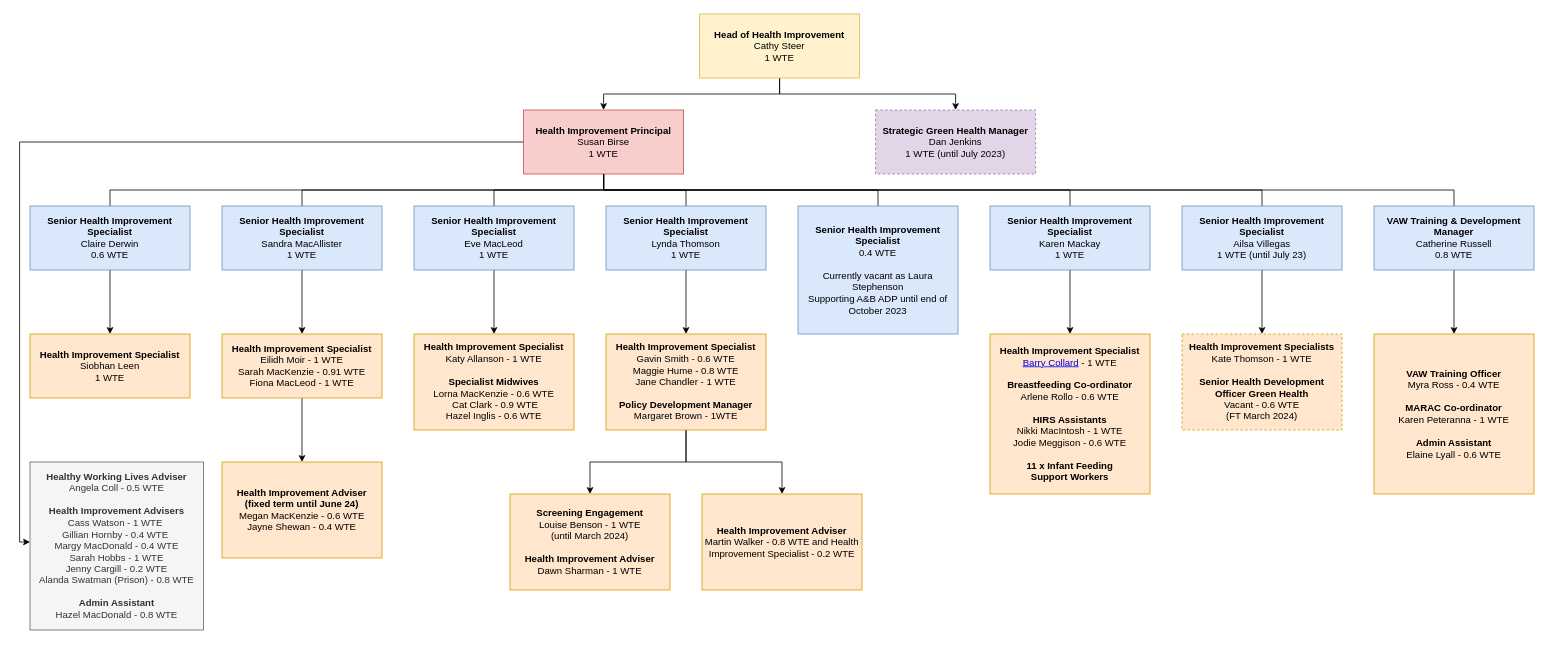
Before: Untitled Diagram.drawio in barrycollard/staffOrgChart, a draw.io diagram. Source tidied: cells renumbered, new cells numbered last; positions are measured from the earlier drawing's top-left corner, leaving out a move shared by most shapes. Both pictures are drawn from the tidied source at 80%, with x=0, y=0 at pixel (19, 14).
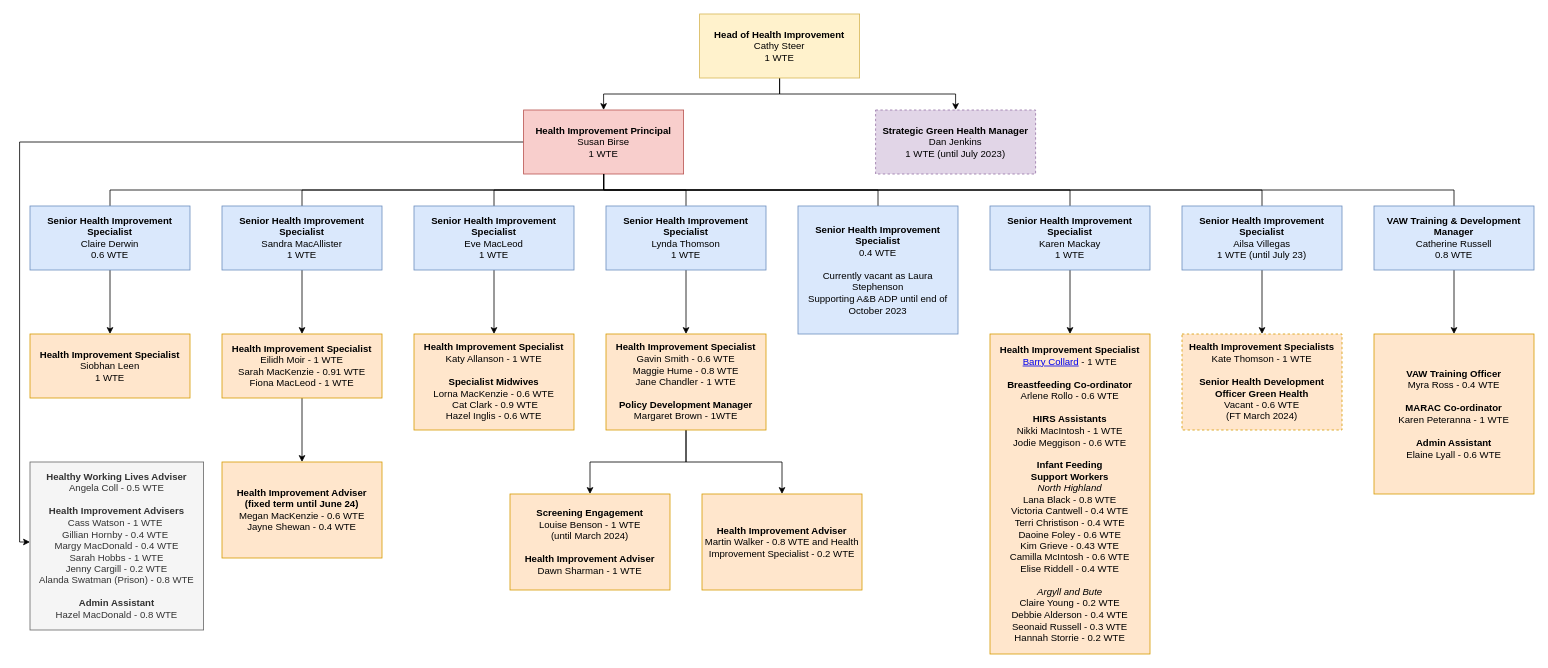
The same diagram, later.

Diff of the diagram source:
```diff
@@
-    <mxCell id="33" value="&lt;div&gt;&lt;b&gt;Health Improvement Specialist&lt;/b&gt;&lt;/div&gt;&lt;div&gt;&lt;a href=&quot;https://nhshighland.publichealth.scot.nhs.uk/staff/barry-collard/&quot;&gt;Barry Collard&lt;/a&gt; - 1 WTE&lt;/div&gt;&lt;div&gt;&lt;b&gt;&lt;br&gt;&lt;/b&gt;&lt;/div&gt;&lt;div&gt;&lt;b&gt;Breastfeeding Co-ordinator&lt;/b&gt;&lt;/div&gt;&lt;div&gt;Arlene Rollo - 0.6 WTE&lt;/div&gt;&lt;div&gt;&lt;b&gt;&lt;br&gt;&lt;/b&gt;&lt;/div&gt;&lt;div&gt;&lt;b&gt;HIRS Assistants&lt;/b&gt;&lt;/div&gt;&lt;div&gt;Nikki MacIntosh - 1 WTE&lt;/div&gt;&lt;div&gt;Jodie Meggison - 0.6 WTE&lt;/div&gt;&lt;div&gt;&lt;b&gt;&lt;br&gt;&lt;/b&gt;&lt;/div&gt;&lt;div&gt;&lt;b&gt;11 x Infant Feeding&lt;br&gt;Support Workers&lt;/b&gt;&lt;/div&gt;" style="rounded=0;whiteSpace=wrap;html=1;fillColor=#ffe6cc;strokeColor=#d79b00;" parent="1" vertex="1">
-      <mxGeometry x="1213" y="400" width="200" height="200" as="geometry" />
+    <mxCell id="33" value="&lt;div&gt;&lt;b&gt;Health Improvement Specialist&lt;/b&gt;&lt;/div&gt;&lt;div&gt;&lt;a href=&quot;https://nhshighland.publichealth.scot.nhs.uk/staff/barry-collard/&quot;&gt;Barry Collard&lt;/a&gt; - 1 WTE&lt;/div&gt;&lt;div&gt;&lt;b&gt;&lt;br&gt;&lt;/b&gt;&lt;/div&gt;&lt;div&gt;&lt;b&gt;Breastfeeding Co-ordinator&lt;/b&gt;&lt;/div&gt;&lt;div&gt;Arlene Rollo - 0.6 WTE&lt;/div&gt;&lt;div&gt;&lt;b&gt;&lt;br&gt;&lt;/b&gt;&lt;/div&gt;&lt;div&gt;&lt;b&gt;HIRS Assistants&lt;/b&gt;&lt;/div&gt;&lt;div&gt;Nikki MacIntosh - 1 WTE&lt;/div&gt;&lt;div&gt;Jodie Meggison - 0.6 WTE&lt;/div&gt;&lt;div&gt;&lt;b&gt;&lt;br&gt;&lt;/b&gt;&lt;/div&gt;&lt;div&gt;&lt;b&gt;Infant Feeding&lt;br&gt;Support Workers&lt;/b&gt;&lt;/div&gt;&lt;div&gt;&lt;div style=&quot;&quot;&gt;&lt;i&gt;North Highland&lt;/i&gt;&lt;/div&gt;&lt;div style=&quot;&quot;&gt;Lana Black - 0.8 WTE&lt;/div&gt;&lt;div style=&quot;&quot;&gt;Victoria Cantwell - 0.4 WTE&lt;/div&gt;&lt;div style=&quot;&quot;&gt;Terri Christison - 0.4 WTE&lt;/div&gt;&lt;div style=&quot;&quot;&gt;Daoine Foley - 0.6 WTE&lt;/div&gt;&lt;div style=&quot;&quot;&gt;Kim Grieve - 0.43 WTE&lt;/div&gt;&lt;div style=&quot;&quot;&gt;Camilla McIntosh - 0.6 WTE&lt;/div&gt;&lt;div style=&quot;&quot;&gt;Elise Riddell - 0.4 WTE&lt;/div&gt;&lt;div style=&quot;&quot;&gt;&lt;br&gt;&lt;/div&gt;&lt;div style=&quot;&quot;&gt;&lt;i&gt;Argyll and Bute&lt;/i&gt;&lt;/div&gt;&lt;div style=&quot;&quot;&gt;Claire Young - 0.2 WTE&lt;/div&gt;&lt;div style=&quot;&quot;&gt;Debbie Alderson - 0.4 WTE&lt;/div&gt;&lt;div style=&quot;&quot;&gt;Seonaid Russell - 0.3 WTE&lt;/div&gt;&lt;div style=&quot;&quot;&gt;Hannah Storrie - 0.2 WTE&lt;/div&gt;&lt;/div&gt;" style="rounded=0;whiteSpace=wrap;html=1;fillColor=#ffe6cc;strokeColor=#d79b00;" parent="1" vertex="1">
+      <mxGeometry x="1213" y="400" width="200" height="400" as="geometry" />
     </mxCell>
```
